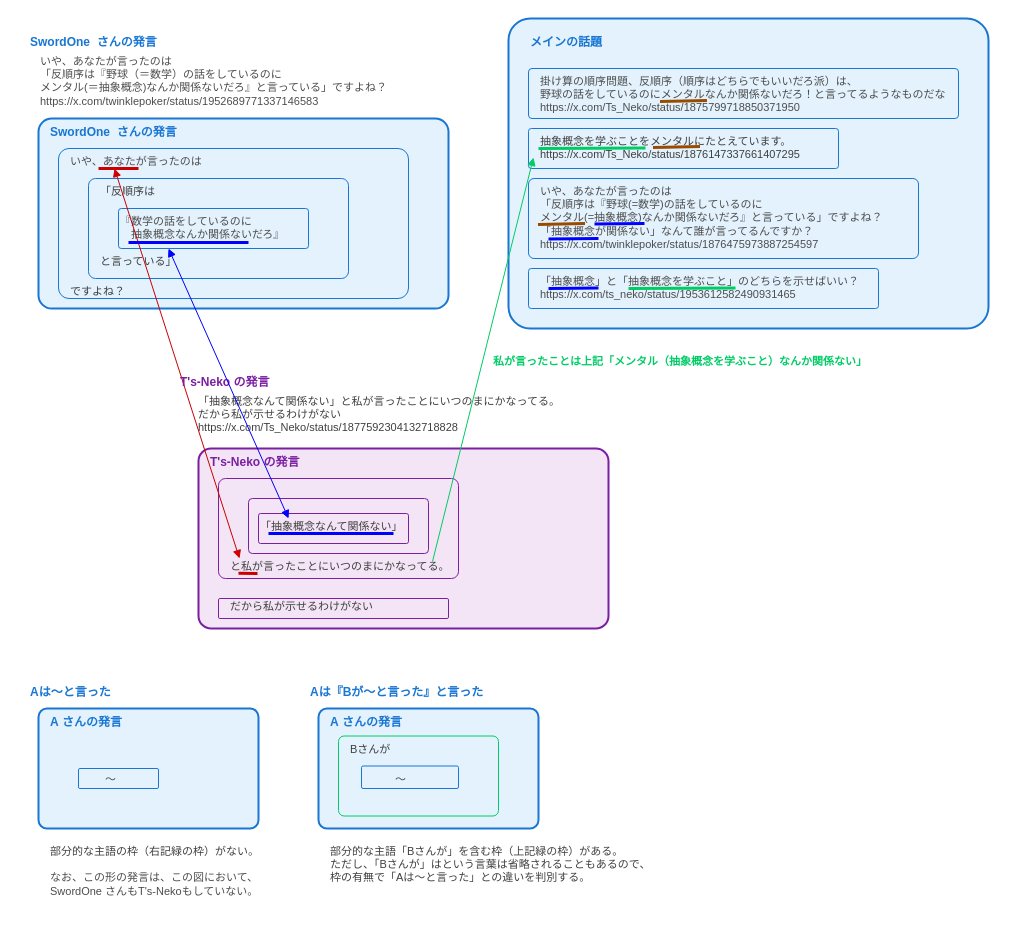
This is X-conversation/swordone/files/structure2.drawio from Takakiriy/documents, a draw.io file, before an edit. Source tidied: cells renumbered, new cells numbered last; positions are measured from the earlier drawing's top-left corner, leaving out a move shared by most shapes. Both pictures are drawn from the tidied source at 100%, with x=0, y=0 at pixel (18, 18).
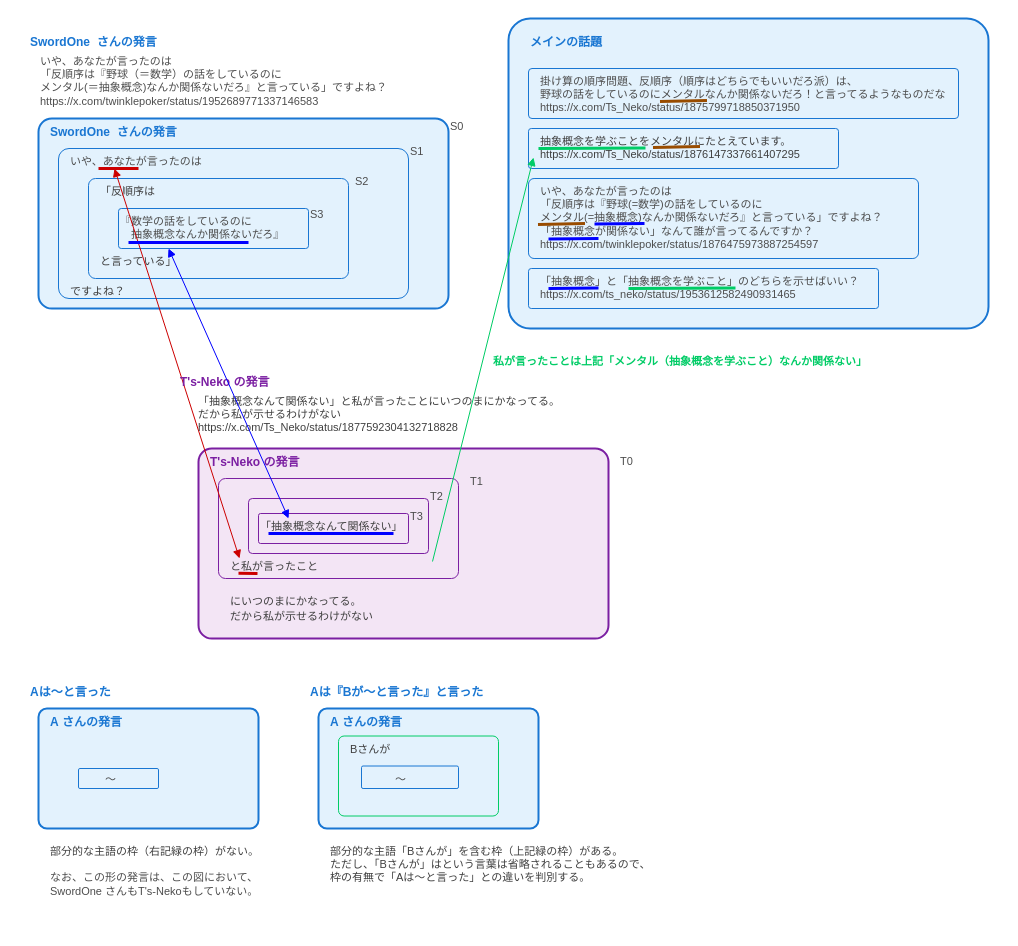
Above is the later version.

The edit, as a diff of the source:
```diff
@@
     <mxCell id="2" style="rounded=1;whiteSpace=wrap;html=1;fillColor=#F3E5F5;strokeColor=#7B1FA2;strokeWidth=2;arcSize=7;" parent="1" vertex="1">
-      <mxGeometry x="180" y="430" width="410" height="180" as="geometry" />
+      <mxGeometry x="180" y="430" width="410" height="190" as="geometry" />
     </mxCell>
@@
-    <mxCell id="19" value="&lt;span style=&quot;color: rgb(63, 63, 63);&quot;&gt;と私が言ったことにいつのまにかなってる。&lt;/span&gt;" style="text;html=1;strokeColor=none;fillColor=none;align=left;verticalAlign=top;whiteSpace=wrap;rounded=0;fontSize=11;fontColor=#4D4D4D;" parent="1" vertex="1">
+    <mxCell id="19" value="&lt;span style=&quot;color: rgb(63, 63, 63);&quot;&gt;と私が言ったこと&lt;/span&gt;" style="text;html=1;strokeColor=none;fillColor=none;align=left;verticalAlign=top;whiteSpace=wrap;rounded=0;fontSize=11;fontColor=#4D4D4D;" parent="1" vertex="1">
       <mxGeometry x="210" y="535" width="270" height="20" as="geometry" />
     </mxCell>
@@
-    <mxCell id="22" style="rounded=1;whiteSpace=wrap;html=1;fillColor=none;strokeColor=#7B1FA2;strokeWidth=1;arcSize=7;" parent="1" vertex="1">
-      <mxGeometry x="200" y="580" width="230" height="20" as="geometry" />
-    </mxCell>
     <mxCell id="23" value="&lt;span style=&quot;color: rgb(63, 63, 63);&quot;&gt;だから私が示せるわけがない&lt;/span&gt;" style="text;html=1;strokeColor=none;fillColor=none;align=left;verticalAlign=top;whiteSpace=wrap;rounded=0;fontSize=11;fontColor=#4D4D4D;" parent="1" vertex="1">
-      <mxGeometry x="210" y="575" width="150" height="20" as="geometry" />
+      <mxGeometry x="210" y="585" width="150" height="20" as="geometry" />
     </mxCell>
@@
+    <mxCell id="69" value="&lt;span style=&quot;color: rgb(63, 63, 63);&quot;&gt;にいつのまにかなってる。&lt;/span&gt;" style="text;html=1;strokeColor=none;fillColor=none;align=left;verticalAlign=top;whiteSpace=wrap;rounded=0;fontSize=11;fontColor=#4D4D4D;" parent="1" vertex="1">
+      <mxGeometry x="210" y="570" width="180" height="20" as="geometry" />
+    </mxCell>
+    <mxCell id="70" value="T0" style="text;html=1;strokeColor=none;fillColor=none;align=left;verticalAlign=top;whiteSpace=wrap;rounded=0;fontSize=11;fontColor=#4D4D4D;" parent="1" vertex="1">
+      <mxGeometry x="600" y="430" width="20" height="35" as="geometry" />
+    </mxCell>
+    <mxCell id="71" value="T1" style="text;html=1;strokeColor=none;fillColor=none;align=left;verticalAlign=top;whiteSpace=wrap;rounded=0;fontSize=11;fontColor=#4D4D4D;" parent="1" vertex="1">
+      <mxGeometry x="450" y="450" width="20" height="35" as="geometry" />
+    </mxCell>
+    <mxCell id="72" value="T2" style="text;html=1;strokeColor=none;fillColor=none;align=left;verticalAlign=top;whiteSpace=wrap;rounded=0;fontSize=11;fontColor=#4D4D4D;" parent="1" vertex="1">
+      <mxGeometry x="410" y="465" width="20" height="35" as="geometry" />
+    </mxCell>
+    <mxCell id="73" value="T3" style="text;html=1;strokeColor=none;fillColor=none;align=left;verticalAlign=top;whiteSpace=wrap;rounded=0;fontSize=11;fontColor=#4D4D4D;" parent="1" vertex="1">
+      <mxGeometry x="390" y="485" width="20" height="35" as="geometry" />
+    </mxCell>
+    <mxCell id="74" value="S0" style="text;html=1;strokeColor=none;fillColor=none;align=left;verticalAlign=top;whiteSpace=wrap;rounded=0;fontSize=11;fontColor=#4D4D4D;" parent="1" vertex="1">
+      <mxGeometry x="430" y="95" width="20" height="35" as="geometry" />
+    </mxCell>
+    <mxCell id="75" value="S1" style="text;html=1;strokeColor=none;fillColor=none;align=left;verticalAlign=top;whiteSpace=wrap;rounded=0;fontSize=11;fontColor=#4D4D4D;" parent="1" vertex="1">
+      <mxGeometry x="390" y="120" width="20" height="35" as="geometry" />
+    </mxCell>
+    <mxCell id="76" value="S2" style="text;html=1;strokeColor=none;fillColor=none;align=left;verticalAlign=top;whiteSpace=wrap;rounded=0;fontSize=11;fontColor=#4D4D4D;" parent="1" vertex="1">
+      <mxGeometry x="335" y="150" width="20" height="35" as="geometry" />
+    </mxCell>
+    <mxCell id="77" value="S3" style="text;html=1;strokeColor=none;fillColor=none;align=left;verticalAlign=top;whiteSpace=wrap;rounded=0;fontSize=11;fontColor=#4D4D4D;" parent="1" vertex="1">
+      <mxGeometry x="290" y="182.5" width="20" height="35" as="geometry" />
+    </mxCell>
```
